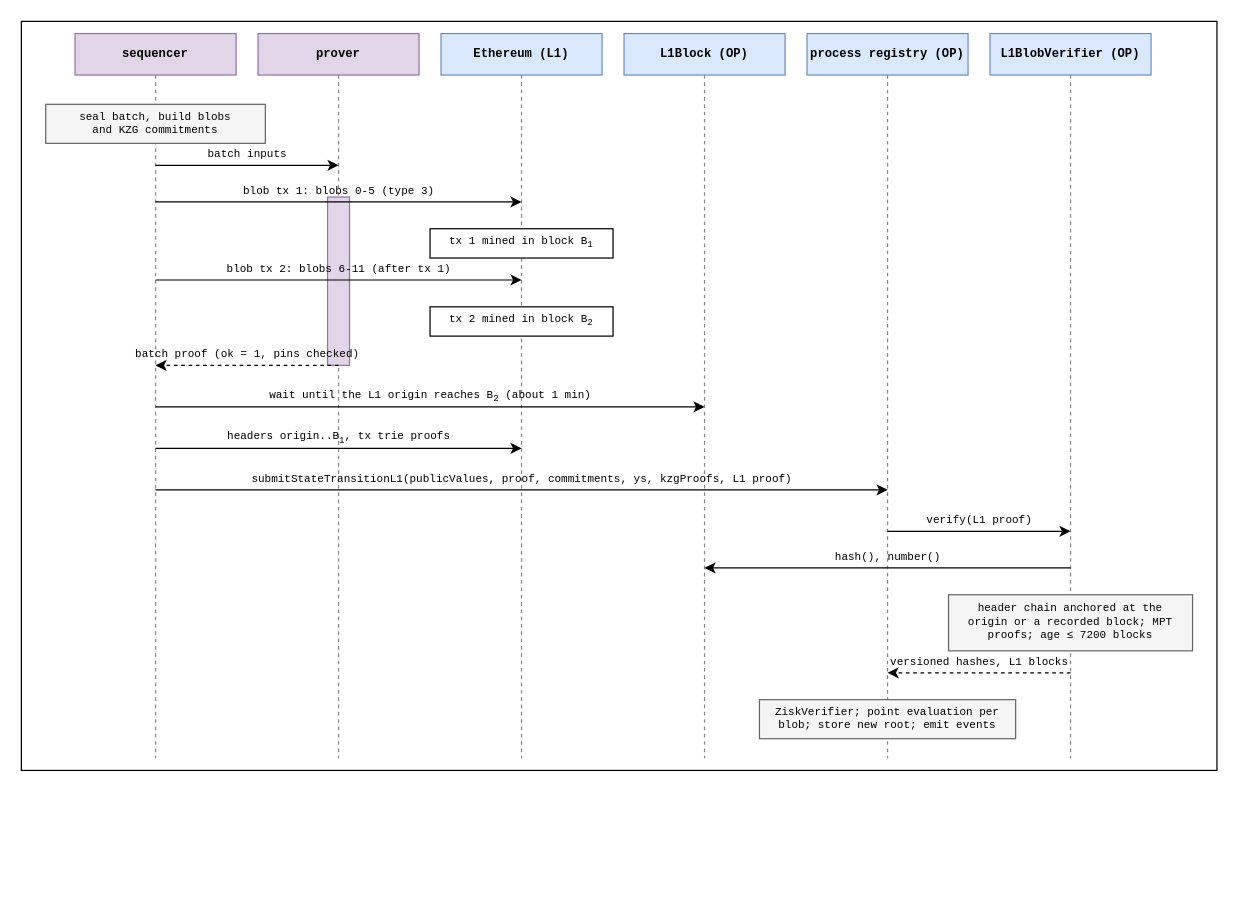
This is v2/figures/l1-settlement.drawio from vocdoni/davinci-paper, a draw.io file, before an edit. Source tidied: cells renumbered, new cells numbered last; positions are measured from the earlier drawing's top-left corner, leaving out a move shared by most shapes. Both pictures are drawn from the tidied source at 122%, with x=0, y=0 at pixel (21, 21).
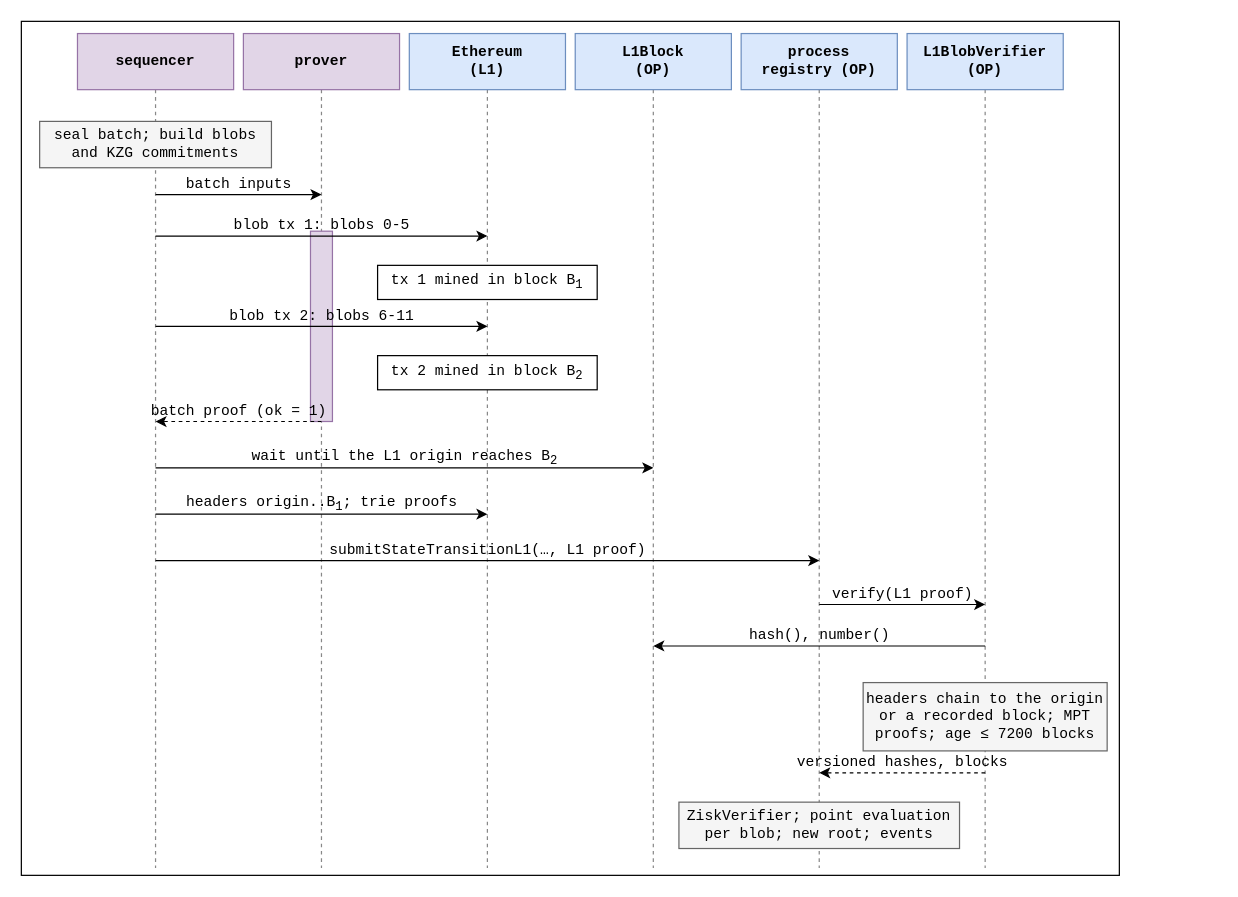
After the change.

Diff of the diagram source:
```diff
@@
     <mxCell id="2" style="rounded=0;whiteSpace=wrap;html=1;fontSize=11;fillColor=none;strokeColor=#000000;fontFamily=Courier New;verticalAlign=top;align=center;spacingTop=4;spacingLeft=6;fontStyle=1;" parent="1" vertex="1">
-      <mxGeometry width="980" height="614" as="geometry" />
+      <mxGeometry width="900" height="700" as="geometry" />
     </mxCell>
     <mxCell id="3" style="html=1;rounded=0;endArrow=none;startArrow=none;endSize=6;startSize=6;fontSize=10;fontFamily=Courier New;strokeColor=#888888;strokeWidth=1;dashed=1;labelBackgroundColor=#ffffff;" parent="1" edge="1">
       <mxGeometry relative="1" as="geometry">
-        <mxPoint x="860" y="44" as="sourcePoint" />
-        <mxPoint x="860" y="604" as="targetPoint" />
+        <mxPoint x="790" y="56" as="sourcePoint" />
+        <mxPoint x="790" y="694" as="targetPoint" />
       </mxGeometry>
     </mxCell>
     <mxCell id="4" style="html=1;rounded=0;endArrow=none;startArrow=none;endSize=6;startSize=6;fontSize=10;fontFamily=Courier New;strokeColor=#888888;strokeWidth=1;dashed=1;labelBackgroundColor=#ffffff;" parent="1" edge="1">
       <mxGeometry relative="1" as="geometry">
-        <mxPoint x="710" y="44" as="sourcePoint" />
-        <mxPoint x="710" y="604" as="targetPoint" />
+        <mxPoint x="654" y="56" as="sourcePoint" />
+        <mxPoint x="654" y="694" as="targetPoint" />
       </mxGeometry>
     </mxCell>
     <mxCell id="5" style="html=1;rounded=0;endArrow=none;startArrow=none;endSize=6;startSize=6;fontSize=10;fontFamily=Courier New;strokeColor=#888888;strokeWidth=1;dashed=1;labelBackgroundColor=#ffffff;" parent="1" edge="1">
       <mxGeometry relative="1" as="geometry">
-        <mxPoint x="560" y="44" as="sourcePoint" />
-        <mxPoint x="560" y="604" as="targetPoint" />
+        <mxPoint x="518" y="56" as="sourcePoint" />
+        <mxPoint x="518" y="694" as="targetPoint" />
       </mxGeometry>
     </mxCell>
     <mxCell id="6" style="html=1;rounded=0;endArrow=none;startArrow=none;endSize=6;startSize=6;fontSize=10;fontFamily=Courier New;strokeColor=#888888;strokeWidth=1;dashed=1;labelBackgroundColor=#ffffff;" parent="1" edge="1">
       <mxGeometry relative="1" as="geometry">
-        <mxPoint x="410" y="44" as="sourcePoint" />
-        <mxPoint x="410" y="604" as="targetPoint" />
+        <mxPoint x="382" y="56" as="sourcePoint" />
+        <mxPoint x="382" y="694" as="targetPoint" />
       </mxGeometry>
     </mxCell>
     <mxCell id="7" style="html=1;rounded=0;endArrow=none;startArrow=none;endSize=6;startSize=6;fontSize=10;fontFamily=Courier New;strokeColor=#888888;strokeWidth=1;dashed=1;labelBackgroundColor=#ffffff;" parent="1" edge="1">
       <mxGeometry relative="1" as="geometry">
-        <mxPoint x="260" y="44" as="sourcePoint" />
-        <mxPoint x="260" y="604" as="targetPoint" />
+        <mxPoint x="246" y="56" as="sourcePoint" />
+        <mxPoint x="246" y="694" as="targetPoint" />
       </mxGeometry>
     </mxCell>
     <mxCell id="8" style="html=1;rounded=0;endArrow=none;startArrow=none;endSize=6;startSize=6;fontSize=10;fontFamily=Courier New;strokeColor=#888888;strokeWidth=1;dashed=1;labelBackgroundColor=#ffffff;" parent="1" edge="1">
       <mxGeometry relative="1" as="geometry">
-        <mxPoint x="110" y="44" as="sourcePoint" />
-        <mxPoint x="110" y="604" as="targetPoint" />
+        <mxPoint x="110" y="56" as="sourcePoint" />
+        <mxPoint x="110" y="694" as="targetPoint" />
       </mxGeometry>
     </mxCell>
     <mxCell id="9" style="rounded=0;whiteSpace=wrap;html=1;fontSize=11;fillColor=#e1d5e7;strokeColor=#9673a6;fontFamily=Courier New;align=center;verticalAlign=middle;" parent="1" vertex="1">
-      <mxGeometry x="251" y="144" width="18" height="138" as="geometry" />
+      <mxGeometry x="237" y="172" width="18" height="156" as="geometry" />
     </mxCell>
-    <mxCell id="10" value="&lt;b&gt;sequencer&lt;/b&gt;" style="rounded=0;whiteSpace=wrap;html=1;fontSize=10;fillColor=#e1d5e7;strokeColor=#9673a6;fontFamily=Courier New;align=center;verticalAlign=middle;" parent="1" vertex="1">
-      <mxGeometry x="44" y="10" width="132" height="34" as="geometry" />
+    <mxCell id="10" value="&lt;b&gt;sequencer&lt;/b&gt;" style="rounded=0;whiteSpace=wrap;html=1;fontSize=12;fillColor=#e1d5e7;strokeColor=#9673a6;fontFamily=Courier New;align=center;verticalAlign=middle;" parent="1" vertex="1">
+      <mxGeometry x="46" y="10" width="128" height="46" as="geometry" />
     </mxCell>
-    <mxCell id="11" value="&lt;b&gt;prover&lt;/b&gt;" style="rounded=0;whiteSpace=wrap;html=1;fontSize=10;fillColor=#e1d5e7;strokeColor=#9673a6;fontFamily=Courier New;align=center;verticalAlign=middle;" parent="1" vertex="1">
-      <mxGeometry x="194" y="10" width="132" height="34" as="geometry" />
+    <mxCell id="11" value="&lt;b&gt;prover&lt;/b&gt;" style="rounded=0;whiteSpace=wrap;html=1;fontSize=12;fillColor=#e1d5e7;strokeColor=#9673a6;fontFamily=Courier New;align=center;verticalAlign=middle;" parent="1" vertex="1">
+      <mxGeometry x="182" y="10" width="128" height="46" as="geometry" />
     </mxCell>
-    <mxCell id="12" value="&lt;b&gt;Ethereum (L1)&lt;/b&gt;" style="rounded=0;whiteSpace=wrap;html=1;fontSize=10;fillColor=#dae8fc;strokeColor=#6c8ebf;fontFamily=Courier New;align=center;verticalAlign=middle;" parent="1" vertex="1">
-      <mxGeometry x="344" y="10" width="132" height="34" as="geometry" />
+    <mxCell id="12" value="&lt;b&gt;Ethereum&lt;br&gt;(L1)&lt;/b&gt;" style="rounded=0;whiteSpace=wrap;html=1;fontSize=12;fillColor=#dae8fc;strokeColor=#6c8ebf;fontFamily=Courier New;align=center;verticalAlign=middle;" parent="1" vertex="1">
+      <mxGeometry x="318" y="10" width="128" height="46" as="geometry" />
     </mxCell>
-    <mxCell id="13" value="&lt;b&gt;L1Block (OP)&lt;/b&gt;" style="rounded=0;whiteSpace=wrap;html=1;fontSize=10;fillColor=#dae8fc;strokeColor=#6c8ebf;fontFamily=Courier New;align=center;verticalAlign=middle;" parent="1" vertex="1">
-      <mxGeometry x="494" y="10" width="132" height="34" as="geometry" />
+    <mxCell id="13" value="&lt;b&gt;L1Block&lt;br&gt;(OP)&lt;/b&gt;" style="rounded=0;whiteSpace=wrap;html=1;fontSize=12;fillColor=#dae8fc;strokeColor=#6c8ebf;fontFamily=Courier New;align=center;verticalAlign=middle;" parent="1" vertex="1">
+      <mxGeometry x="454" y="10" width="128" height="46" as="geometry" />
     </mxCell>
-    <mxCell id="14" value="&lt;b&gt;process registry (OP)&lt;/b&gt;" style="rounded=0;whiteSpace=wrap;html=1;fontSize=10;fillColor=#dae8fc;strokeColor=#6c8ebf;fontFamily=Courier New;align=center;verticalAlign=middle;" parent="1" vertex="1">
-      <mxGeometry x="644" y="10" width="132" height="34" as="geometry" />
+    <mxCell id="14" value="&lt;b&gt;process&lt;br&gt;registry (OP)&lt;/b&gt;" style="rounded=0;whiteSpace=wrap;html=1;fontSize=12;fillColor=#dae8fc;strokeColor=#6c8ebf;fontFamily=Courier New;align=center;verticalAlign=middle;" parent="1" vertex="1">
+      <mxGeometry x="590" y="10" width="128" height="46" as="geometry" />
     </mxCell>
-    <mxCell id="15" value="&lt;b&gt;L1BlobVerifier (OP)&lt;/b&gt;" style="rounded=0;whiteSpace=wrap;html=1;fontSize=10;fillColor=#dae8fc;strokeColor=#6c8ebf;fontFamily=Courier New;align=center;verticalAlign=middle;" parent="1" vertex="1">
-      <mxGeometry x="794" y="10" width="132" height="34" as="geometry" />
+    <mxCell id="15" value="&lt;b&gt;L1BlobVerifier&lt;br&gt;(OP)&lt;/b&gt;" style="rounded=0;whiteSpace=wrap;html=1;fontSize=12;fillColor=#dae8fc;strokeColor=#6c8ebf;fontFamily=Courier New;align=center;verticalAlign=middle;" parent="1" vertex="1">
+      <mxGeometry x="726" y="10" width="128" height="46" as="geometry" />
     </mxCell>
-    <mxCell id="16" value="seal batch, build blobs&lt;br&gt;and KZG commitments" style="rounded=0;whiteSpace=wrap;html=1;fontSize=9;fillColor=#f5f5f5;strokeColor=#666666;fontFamily=Courier New;align=center;verticalAlign=middle;" parent="1" vertex="1">
-      <mxGeometry x="20" y="68" width="180" height="32" as="geometry" />
+    <mxCell id="16" value="seal batch; build blobs&lt;br&gt;and KZG commitments" style="rounded=0;whiteSpace=wrap;html=1;fontSize=12;fillColor=#f5f5f5;strokeColor=#666666;fontFamily=Courier New;align=center;verticalAlign=middle;" parent="1" vertex="1">
+      <mxGeometry x="15" y="82" width="190" height="38" as="geometry" />
     </mxCell>
-    <mxCell id="17" value="batch inputs" style="html=1;rounded=0;endArrow=classic;startArrow=none;endSize=6;startSize=6;fontSize=9;fontFamily=Courier New;strokeColor=#000000;strokeWidth=1;labelBackgroundColor=none;" parent="1" edge="1">
+    <mxCell id="17" value="batch inputs" style="html=1;rounded=0;endArrow=classic;startArrow=none;endSize=6;startSize=6;fontSize=12;fontFamily=Courier New;strokeColor=#000000;strokeWidth=1;labelBackgroundColor=none;" parent="1" edge="1">
       <mxGeometry relative="1" as="geometry">
-        <mxPoint x="110" y="118" as="sourcePoint" />
-        <mxPoint x="260" y="118" as="targetPoint" />
+        <mxPoint x="110" y="142" as="sourcePoint" />
+        <mxPoint x="246" y="142" as="targetPoint" />
         <mxPoint y="-8" as="offset" />
       </mxGeometry>
     </mxCell>
-    <mxCell id="18" value="blob tx 1: blobs 0-5 (type 3)" style="html=1;rounded=0;endArrow=classic;startArrow=none;endSize=6;startSize=6;fontSize=9;fontFamily=Courier New;strokeColor=#000000;strokeWidth=1;labelBackgroundColor=none;" parent="1" edge="1">
+    <mxCell id="18" value="blob tx 1: blobs 0-5" style="html=1;rounded=0;endArrow=classic;startArrow=none;endSize=6;startSize=6;fontSize=12;fontFamily=Courier New;strokeColor=#000000;strokeWidth=1;labelBackgroundColor=none;" parent="1" edge="1">
       <mxGeometry relative="1" as="geometry">
-        <mxPoint x="110" y="148" as="sourcePoint" />
-        <mxPoint x="410" y="148" as="targetPoint" />
+        <mxPoint x="110" y="176" as="sourcePoint" />
+        <mxPoint x="382" y="176" as="targetPoint" />
         <mxPoint y="-8" as="offset" />
       </mxGeometry>
     </mxCell>
-    <mxCell id="19" value="tx 1 mined in block B&lt;sub&gt;1&lt;/sub&gt;" style="rounded=0;whiteSpace=wrap;html=1;fontSize=9;fillColor=#ffffff;strokeColor=#000000;fontFamily=Courier New;align=center;verticalAlign=middle;" parent="1" vertex="1">
-      <mxGeometry x="335" y="170" width="150" height="24" as="geometry" />
+    <mxCell id="19" value="tx 1 mined in block B&lt;sub&gt;1&lt;/sub&gt;" style="rounded=0;whiteSpace=wrap;html=1;fontSize=12;fillColor=#ffffff;strokeColor=#000000;fontFamily=Courier New;align=center;verticalAlign=middle;" parent="1" vertex="1">
+      <mxGeometry x="292" y="200" width="180" height="28" as="geometry" />
     </mxCell>
-    <mxCell id="20" value="blob tx 2: blobs 6-11 (after tx 1)" style="html=1;rounded=0;endArrow=classic;startArrow=none;endSize=6;startSize=6;fontSize=9;fontFamily=Courier New;strokeColor=#000000;strokeWidth=1;labelBackgroundColor=none;" parent="1" edge="1">
+    <mxCell id="20" value="blob tx 2: blobs 6-11" style="html=1;rounded=0;endArrow=classic;startArrow=none;endSize=6;startSize=6;fontSize=12;fontFamily=Courier New;strokeColor=#000000;strokeWidth=1;labelBackgroundColor=none;" parent="1" edge="1">
       <mxGeometry relative="1" as="geometry">
-        <mxPoint x="110" y="212" as="sourcePoint" />
-        <mxPoint x="410" y="212" as="targetPoint" />
+        <mxPoint x="110" y="250" as="sourcePoint" />
+        <mxPoint x="382" y="250" as="targetPoint" />
         <mxPoint y="-8" as="offset" />
       </mxGeometry>
     </mxCell>
-    <mxCell id="21" value="tx 2 mined in block B&lt;sub&gt;2&lt;/sub&gt;" style="rounded=0;whiteSpace=wrap;html=1;fontSize=9;fillColor=#ffffff;strokeColor=#000000;fontFamily=Courier New;align=center;verticalAlign=middle;" parent="1" vertex="1">
-      <mxGeometry x="335" y="234" width="150" height="24" as="geometry" />
+    <mxCell id="21" value="tx 2 mined in block B&lt;sub&gt;2&lt;/sub&gt;" style="rounded=0;whiteSpace=wrap;html=1;fontSize=12;fillColor=#ffffff;strokeColor=#000000;fontFamily=Courier New;align=center;verticalAlign=middle;" parent="1" vertex="1">
+      <mxGeometry x="292" y="274" width="180" height="28" as="geometry" />
     </mxCell>
-    <mxCell id="22" value="batch proof (ok = 1, pins checked)" style="html=1;rounded=0;endArrow=classic;startArrow=none;endSize=6;startSize=6;fontSize=9;fontFamily=Courier New;strokeColor=#000000;strokeWidth=1;dashed=1;labelBackgroundColor=none;" parent="1" edge="1">
+    <mxCell id="22" value="batch proof (ok = 1)" style="html=1;rounded=0;endArrow=classic;startArrow=none;endSize=6;startSize=6;fontSize=12;fontFamily=Courier New;strokeColor=#000000;strokeWidth=1;dashed=1;labelBackgroundColor=none;" parent="1" edge="1">
       <mxGeometry relative="1" as="geometry">
-        <mxPoint x="260" y="282" as="sourcePoint" />
-        <mxPoint x="110" y="282" as="targetPoint" />
+        <mxPoint x="246" y="328" as="sourcePoint" />
+        <mxPoint x="110" y="328" as="targetPoint" />
         <mxPoint y="-8" as="offset" />
       </mxGeometry>
     </mxCell>
-    <mxCell id="23" value="wait until the L1 origin reaches B&lt;sub&gt;2&lt;/sub&gt; (about 1 min)" style="html=1;rounded=0;endArrow=classic;startArrow=none;endSize=6;startSize=6;fontSize=9;fontFamily=Courier New;strokeColor=#000000;strokeWidth=1;labelBackgroundColor=none;" parent="1" edge="1">
+    <mxCell id="23" value="wait until the L1 origin reaches B&lt;sub&gt;2&lt;/sub&gt;" style="html=1;rounded=0;endArrow=classic;startArrow=none;endSize=6;startSize=6;fontSize=12;fontFamily=Courier New;strokeColor=#000000;strokeWidth=1;labelBackgroundColor=none;" parent="1" edge="1">
       <mxGeometry relative="1" as="geometry">
-        <mxPoint x="110" y="316" as="sourcePoint" />
-        <mxPoint x="560" y="316" as="targetPoint" />
+        <mxPoint x="110" y="366" as="sourcePoint" />
+        <mxPoint x="518" y="366" as="targetPoint" />
         <mxPoint y="-8" as="offset" />
       </mxGeometry>
     </mxCell>
-    <mxCell id="24" value="headers origin..B&lt;sub&gt;1&lt;/sub&gt;, tx trie proofs" style="html=1;rounded=0;endArrow=classic;startArrow=none;endSize=6;startSize=6;fontSize=9;fontFamily=Courier New;strokeColor=#000000;strokeWidth=1;labelBackgroundColor=none;" parent="1" edge="1">
+    <mxCell id="24" value="headers origin..B&lt;sub&gt;1&lt;/sub&gt;; trie proofs" style="html=1;rounded=0;endArrow=classic;startArrow=none;endSize=6;startSize=6;fontSize=12;fontFamily=Courier New;strokeColor=#000000;strokeWidth=1;labelBackgroundColor=none;" parent="1" edge="1">
       <mxGeometry relative="1" as="geometry">
-        <mxPoint x="110" y="350" as="sourcePoint" />
-        <mxPoint x="410" y="350" as="targetPoint" />
+        <mxPoint x="110" y="404" as="sourcePoint" />
+        <mxPoint x="382" y="404" as="targetPoint" />
         <mxPoint y="-8" as="offset" />
       </mxGeometry>
     </mxCell>
-    <mxCell id="25" value="submitStateTransitionL1(publicValues, proof, commitments, ys, kzgProofs, L1 proof)" style="html=1;rounded=0;endArrow=classic;startArrow=none;endSize=6;startSize=6;fontSize=9;fontFamily=Courier New;strokeColor=#000000;strokeWidth=1;labelBackgroundColor=none;" parent="1" edge="1">
+    <mxCell id="25" value="submitStateTransitionL1(&amp;hellip;, L1 proof)" style="html=1;rounded=0;endArrow=classic;startArrow=none;endSize=6;startSize=6;fontSize=12;fontFamily=Courier New;strokeColor=#000000;strokeWidth=1;labelBackgroundColor=none;" parent="1" edge="1">
       <mxGeometry relative="1" as="geometry">
-        <mxPoint x="110" y="384" as="sourcePoint" />
-        <mxPoint x="710" y="384" as="targetPoint" />
+        <mxPoint x="110" y="442" as="sourcePoint" />
+        <mxPoint x="654" y="442" as="targetPoint" />
         <mxPoint y="-8" as="offset" />
       </mxGeometry>
     </mxCell>
-    <mxCell id="26" value="verify(L1 proof)" style="html=1;rounded=0;endArrow=classic;startArrow=none;endSize=6;startSize=6;fontSize=9;fontFamily=Courier New;strokeColor=#000000;strokeWidth=1;labelBackgroundColor=none;" parent="1" edge="1">
+    <mxCell id="26" value="verify(L1 proof)" style="html=1;rounded=0;endArrow=classic;startArrow=none;endSize=6;startSize=6;fontSize=12;fontFamily=Courier New;strokeColor=#000000;strokeWidth=1;labelBackgroundColor=none;" parent="1" edge="1">
       <mxGeometry relative="1" as="geometry">
-        <mxPoint x="710" y="418" as="sourcePoint" />
-        <mxPoint x="860" y="418" as="targetPoint" />
+        <mxPoint x="654" y="478" as="sourcePoint" />
+        <mxPoint x="790" y="478" as="targetPoint" />
         <mxPoint y="-8" as="offset" />
       </mxGeometry>
     </mxCell>
-    <mxCell id="27" value="hash(), number()" style="html=1;rounded=0;endArrow=classic;startArrow=none;endSize=6;startSize=6;fontSize=9;fontFamily=Courier New;strokeColor=#000000;strokeWidth=1;labelBackgroundColor=none;" parent="1" edge="1">
+    <mxCell id="27" value="hash(), number()" style="html=1;rounded=0;endArrow=classic;startArrow=none;endSize=6;startSize=6;fontSize=12;fontFamily=Courier New;strokeColor=#000000;strokeWidth=1;labelBackgroundColor=none;" parent="1" edge="1">
       <mxGeometry relative="1" as="geometry">
-        <mxPoint x="860" y="448" as="sourcePoint" />
-        <mxPoint x="560" y="448" as="targetPoint" />
+        <mxPoint x="790" y="512" as="sourcePoint" />
+        <mxPoint x="518" y="512" as="targetPoint" />
         <mxPoint y="-8" as="offset" />
       </mxGeometry>
     </mxCell>
-    <mxCell id="28" value="header chain anchored at the&lt;br&gt;origin or a recorded block; MPT&lt;br&gt;proofs; age &amp;le; 7200 blocks" style="rounded=0;whiteSpace=wrap;html=1;fontSize=9;fillColor=#f5f5f5;strokeColor=#666666;fontFamily=Courier New;align=center;verticalAlign=middle;" parent="1" vertex="1">
-      <mxGeometry x="760" y="470" width="200" height="46" as="geometry" />
+    <mxCell id="28" value="headers chain to the origin&lt;br&gt;or a recorded block; MPT&lt;br&gt;proofs; age &amp;le; 7200 blocks" style="rounded=0;whiteSpace=wrap;html=1;fontSize=12;fillColor=#f5f5f5;strokeColor=#666666;fontFamily=Courier New;align=center;verticalAlign=middle;" parent="1" vertex="1">
+      <mxGeometry x="690" y="542" width="200" height="56" as="geometry" />
     </mxCell>
-    <mxCell id="29" value="versioned hashes, L1 blocks" style="html=1;rounded=0;endArrow=classic;startArrow=none;endSize=6;startSize=6;fontSize=9;fontFamily=Courier New;strokeColor=#000000;strokeWidth=1;dashed=1;labelBackgroundColor=none;" parent="1" edge="1">
+    <mxCell id="29" value="versioned hashes, blocks" style="html=1;rounded=0;endArrow=classic;startArrow=none;endSize=6;startSize=6;fontSize=12;fontFamily=Courier New;strokeColor=#000000;strokeWidth=1;dashed=1;labelBackgroundColor=none;" parent="1" edge="1">
       <mxGeometry relative="1" as="geometry">
-        <mxPoint x="860" y="534" as="sourcePoint" />
-        <mxPoint x="710" y="534" as="targetPoint" />
+        <mxPoint x="790" y="616" as="sourcePoint" />
+        <mxPoint x="654" y="616" as="targetPoint" />
         <mxPoint y="-8" as="offset" />
       </mxGeometry>
     </mxCell>
-    <mxCell id="30" value="ZiskVerifier; point evaluation per&lt;br&gt;blob; store new root; emit events" style="rounded=0;whiteSpace=wrap;html=1;fontSize=9;fillColor=#f5f5f5;strokeColor=#666666;fontFamily=Courier New;align=center;verticalAlign=middle;" parent="1" vertex="1">
-      <mxGeometry x="605" y="556" width="210" height="32" as="geometry" />
+    <mxCell id="30" value="ZiskVerifier; point evaluation&lt;br&gt;per blob; new root; events" style="rounded=0;whiteSpace=wrap;html=1;fontSize=12;fillColor=#f5f5f5;strokeColor=#666666;fontFamily=Courier New;align=center;verticalAlign=middle;" parent="1" vertex="1">
+      <mxGeometry x="539" y="640" width="230" height="38" as="geometry" />
     </mxCell>
```
